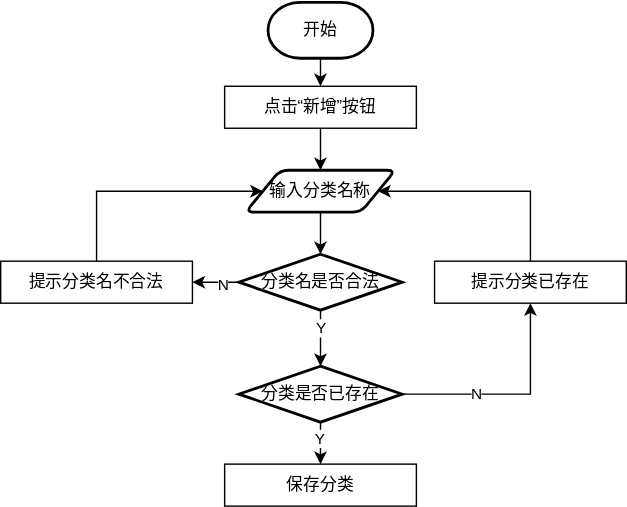
Before: 分类新增功能流程图.drawio.svg, a diagram exported from draw.io (zyl-2000/draw). Source tidied: cells renumbered, new cells last; positions are measured from the earlier drawing's top-left corner, leaving out a move shared by most shapes.
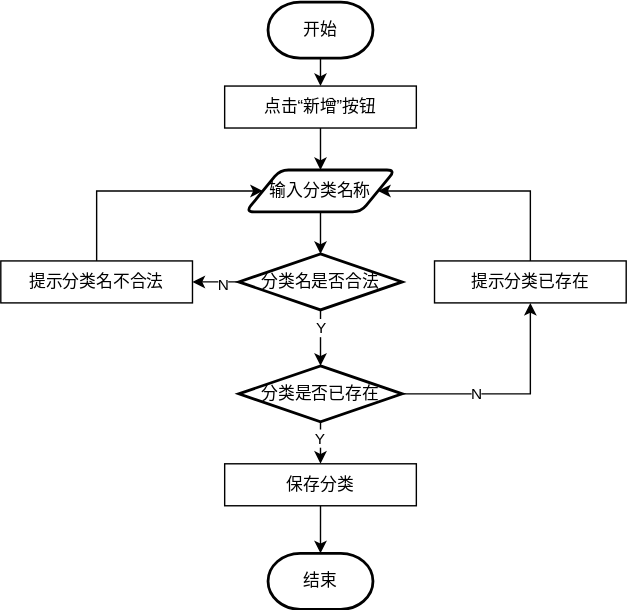
After the commit.

Commit message:
更新分类新增功能流程图.drawio.svg

What changed in the source:
```diff
@@ -60,6 +60,9 @@
     <mxCell id="19" value="分类是否已存在" style="strokeWidth=2;html=1;shape=mxgraph.flowchart.decision;whiteSpace=wrap;" parent="1" vertex="1">
       <mxGeometry x="170.1" y="260" width="116.8" height="40" as="geometry" />
     </mxCell>
+    <mxCell id="23" style="edgeStyle=orthogonalEdgeStyle;rounded=0;jettySize=auto;html=1;exitX=0.5;exitY=1;exitDx=0;exitDy=0;" parent="1" edge="1" source="20" target="24">
+      <mxGeometry relative="1" as="geometry" />
+    </mxCell>
     <mxCell id="20" value="保存分类" style="rounded=0;whiteSpace=wrap;html=1;" parent="1" vertex="1">
       <mxGeometry x="160" y="330" width="137" height="30" as="geometry" />
     </mxCell>
@@ -73,5 +76,8 @@
     <mxCell id="22" value="提示分类已存在" style="rounded=0;whiteSpace=wrap;html=1;" parent="1" vertex="1">
       <mxGeometry x="310" y="185" width="137" height="30" as="geometry" />
     </mxCell>
+    <mxCell id="24" value="结束" style="strokeWidth=2;html=1;shape=mxgraph.flowchart.terminator;whiteSpace=wrap;" parent="1" vertex="1">
+      <mxGeometry x="191" y="394" width="75" height="40" as="geometry" />
+    </mxCell>
   </root>
 </mxGraphModel>
```
